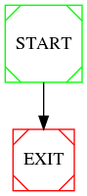
Above: versioned_graph.dot.png in NabeelQaiser/BTP_2k18-19 (Graphviz), before the change. Its source is kept beside it as versioned_graph.dot. Its diagram source:
```dot
digraph G {


	0[ label=""  ] ;

	0[ label="START", shape=Msquare, color=green ] ;
	0 -> EXIT ;EXIT[ shape=Msquare, color=red ] ;

}
```
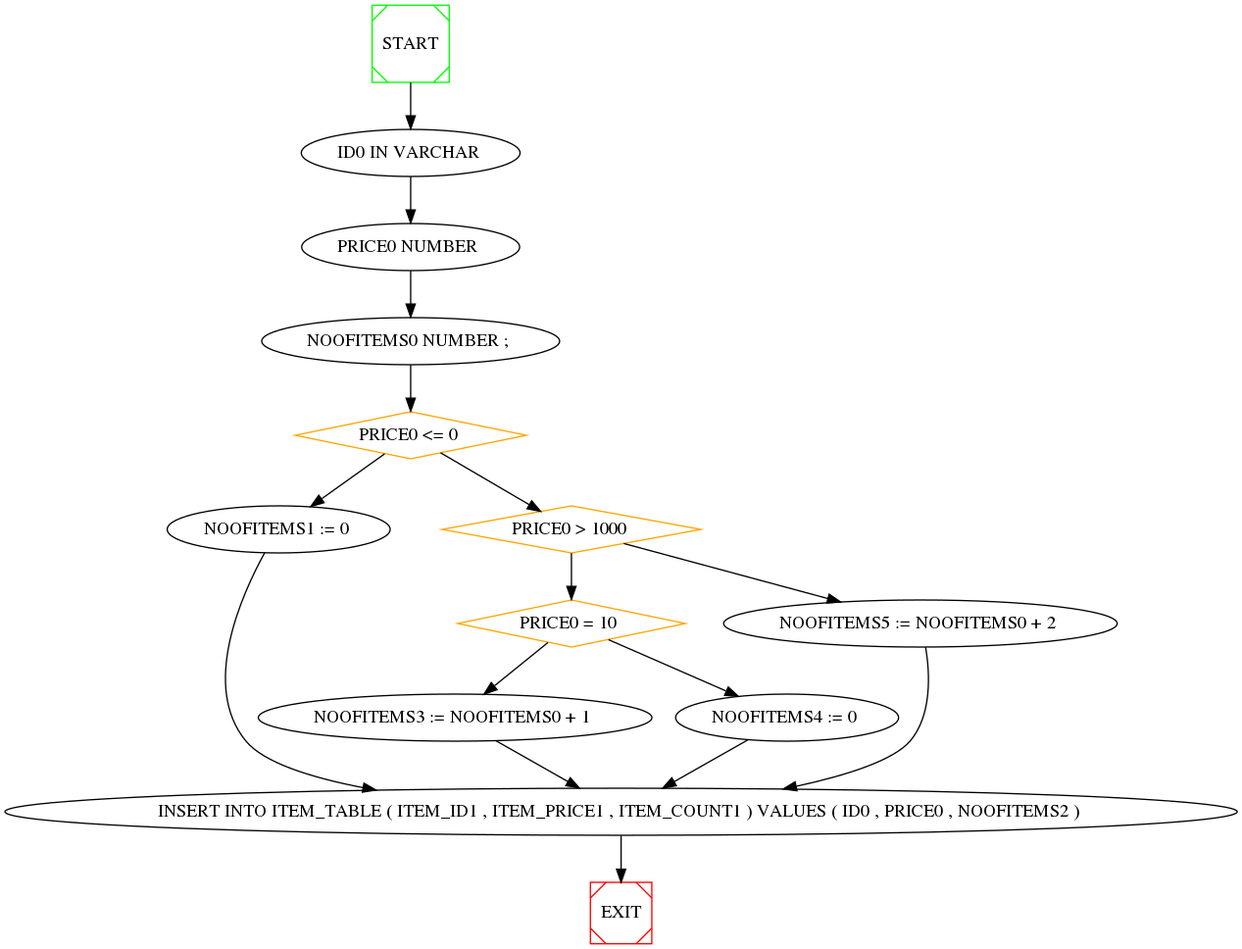
After the commit.

Diff of the diagram source:
```diff
@@ -3,7 +3,54 @@
 
 	0[ label=""  ] ;
 
+	0 -> 1 ;
+
+	1[ label="ID0 IN VARCHAR "  ] ;
+
+	1 -> 2 ;
+
+	2[ label="PRICE0 NUMBER "  ] ;
+
+	2 -> 3 ;
+
+	3[ label="NOOFITEMS0 NUMBER ; "  ] ;
+
+	3 -> 4 ;
+
+	4[ label="PRICE0 <= 0 " , color=orange, shape=diamond ] ;
+
+	4 -> 5 ;
+	4 -> 6 ;
+
+	5[ label="NOOFITEMS1 := 0 "  ] ;
+
+	5 -> 11 ;
+
+	6[ label="PRICE0 > 1000 " , color=orange, shape=diamond ] ;
+
+	6 -> 8 ;
+	6 -> 7 ;
+
+	7[ label="NOOFITEMS5 := NOOFITEMS0 + 2 "  ] ;
+
+	7 -> 11 ;
+
+	8[ label="PRICE0 = 10 " , color=orange, shape=diamond ] ;
+
+	8 -> 9 ;
+	8 -> 10 ;
+
+	9[ label="NOOFITEMS3 := NOOFITEMS0 + 1 "  ] ;
+
+	9 -> 11 ;
+
+	10[ label="NOOFITEMS4 := 0 "  ] ;
+
+	10 -> 11 ;
+
+	11[ label="INSERT INTO ITEM_TABLE ( ITEM_ID1 , ITEM_PRICE1 , ITEM_COUNT1 ) VALUES ( ID0 , PRICE0 , NOOFITEMS2 ) "  ] ;
+
 	0[ label="START", shape=Msquare, color=green ] ;
-	0 -> EXIT ;EXIT[ shape=Msquare, color=red ] ;
+	11 -> EXIT ;EXIT[ shape=Msquare, color=red ] ;
 
 }
```
